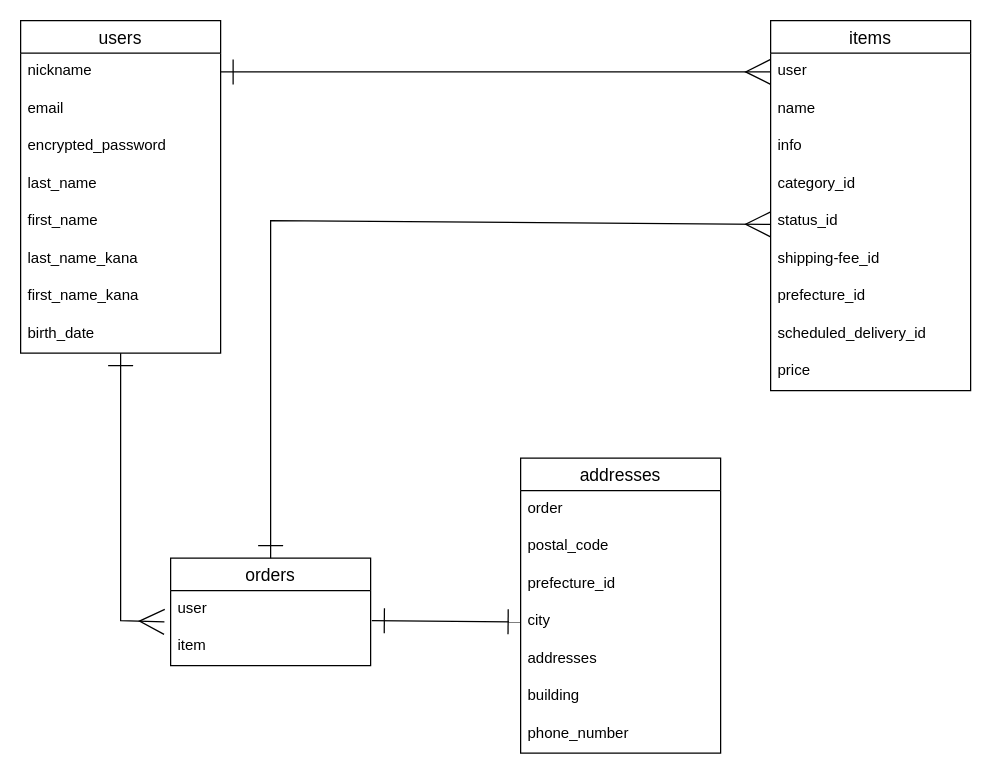
The draw.io diagram furima-39824_ER.dio in DaiC-S/furima-39824, before the edit. Source tidied: cells renumbered, new cells numbered last; positions are measured from the earlier drawing's top-left corner, leaving out a move shared by most shapes. Both pictures are drawn from the tidied source at 125%, with x=0, y=0 at pixel (20, 20).
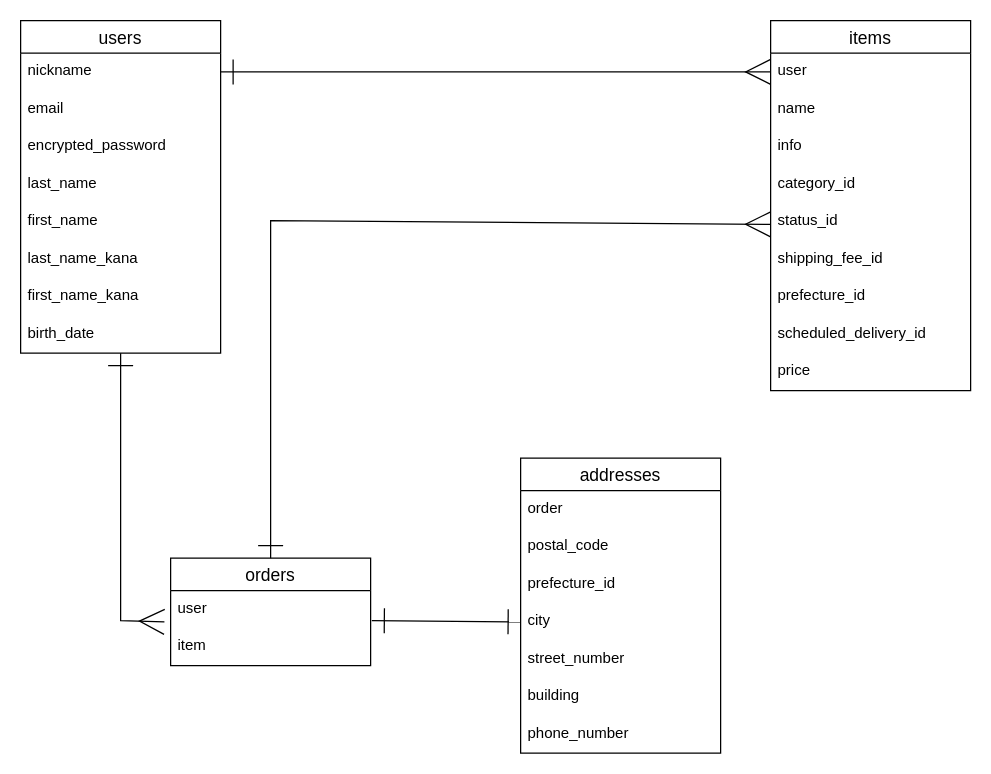
The same page after the edit.

The change refers to these unchanged cells:
```xml
<mxCell id="11" value="items" style="swimlane;fontStyle=0;horizontal=1;startSize=26;align=center;fontSize=14;" parent="1" vertex="1">
  <mxGeometry x="600" width="160" height="296" as="geometry" />
</mxCell>
<mxCell id="26" value="addresses" style="swimlane;fontStyle=0;horizontal=1;startSize=26;align=center;fontSize=14;" parent="1" vertex="1">
  <mxGeometry x="400" y="350" width="160" height="236" as="geometry" />
</mxCell>
```

What changed in the source:
```diff
@@
-    <mxCell id="17" value="shipping-fee_id" style="text;strokeColor=none;fillColor=none;spacingLeft=4;spacingRight=4;overflow=hidden;fontSize=12;" parent="11" vertex="1">
+    <mxCell id="17" value="shipping_fee_id" style="text;strokeColor=none;fillColor=none;spacingLeft=4;spacingRight=4;overflow=hidden;fontSize=12;" parent="11" vertex="1">
       <mxGeometry y="176" width="160" height="30" as="geometry" />
     </mxCell>
@@
-    <mxCell id="31" value="addresses" style="text;strokeColor=none;fillColor=none;spacingLeft=4;spacingRight=4;overflow=hidden;fontSize=12;" parent="26" vertex="1">
+    <mxCell id="31" value="street_number" style="text;strokeColor=none;fillColor=none;spacingLeft=4;spacingRight=4;overflow=hidden;fontSize=12;" parent="26" vertex="1">
       <mxGeometry y="146" width="160" height="30" as="geometry" />
     </mxCell>
```
